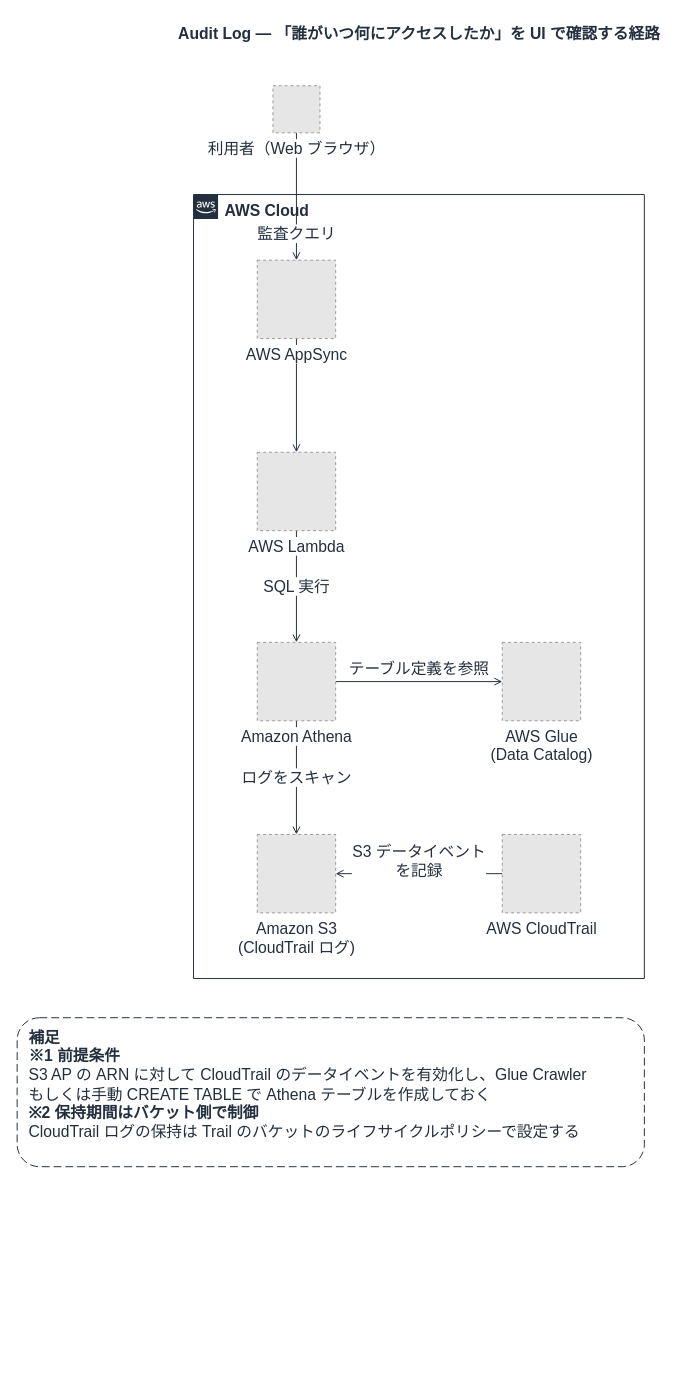
Yoshiki0705/FSx-for-ONTAP-S3AccessPoints-Serverless-Patterns keeps this draw.io diagram as docs/diagrams/part2-audit-log-pipeline.drawio. Above is the earlier version. Source tidied: cells renumbered, new cells numbered last; positions are measured from the earlier drawing's top-left corner, leaving out a move shared by most shapes. Both pictures are drawn from the tidied source at 98%, with x=0, y=0 at pixel (17, 17). Pictures stored in the file or linked from it are replaced by grey dashed boxes.
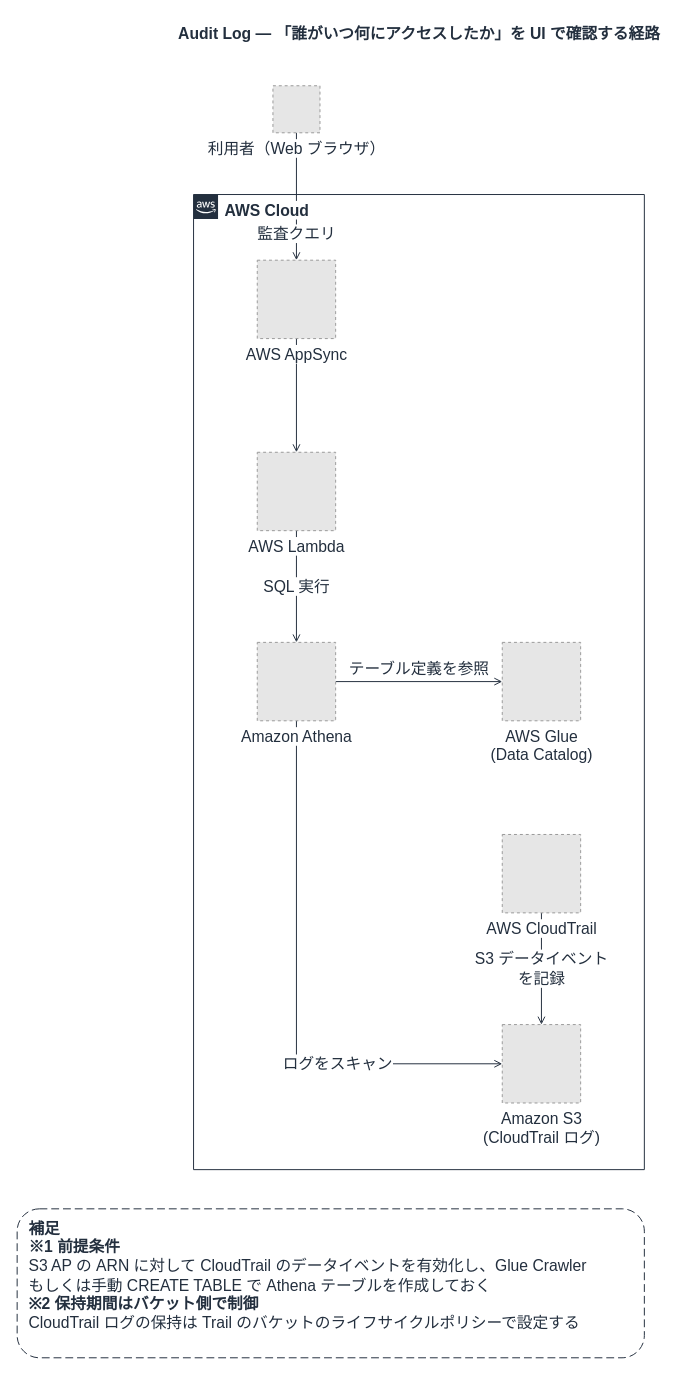
The same page after the edit.

Change to the diagram source:
```diff
@@
 <mxGraphModel background="#FFFFFF">
   <root>
     <mxCell id="0" />
     <mxCell id="1" parent="0" />
     <mxCell id="2" value="Audit Log — 「誰がいつ何にアクセスしたか」を UI で確認する経路" style="text;html=1;align=center;verticalAlign=middle;fontSize=16;fontStyle=1;fontColor=#232F3E;" parent="1" vertex="1">
       <mxGeometry x="180" width="460" height="34" as="geometry" />
     </mxCell>
-    <mxCell id="3" value="AWS Cloud" style="gradientColor=none;html=1;whiteSpace=wrap;fontSize=16;fontStyle=1;shape=mxgraph.aws4.group;grIcon=mxgraph.aws4.group_aws_cloud_alt;strokeColor=#232F3E;fillColor=none;verticalAlign=top;align=left;spacingLeft=30;fontColor=#232F3E;dashed=0;" parent="1" vertex="1">
-      <mxGeometry x="180" y="181" width="460" height="800" as="geometry" />
-    </mxCell>
     <mxCell id="4" value="監査クエリ" style="edgeStyle=orthogonalEdgeStyle;rounded=0;jettySize=auto;html=1;endArrow=open;endFill=0;strokeColor=#232F3E;strokeWidth=1;fontSize=16;fontColor=#232F3E;labelBackgroundColor=#ffffff;" parent="1" edge="1" source="10" target="11">
       <mxGeometry relative="1" as="geometry">
         <mxPoint y="38" as="offset" />
       </mxGeometry>
     </mxCell>
     <mxCell id="5" style="edgeStyle=orthogonalEdgeStyle;rounded=0;jettySize=auto;html=1;endArrow=open;endFill=0;strokeColor=#232F3E;strokeWidth=1;fontSize=16;fontColor=#232F3E;labelBackgroundColor=#ffffff;" parent="1" edge="1" source="11" target="12">
       <mxGeometry relative="1" as="geometry" />
     </mxCell>
     <mxCell id="6" value="SQL 実行" style="edgeStyle=orthogonalEdgeStyle;rounded=0;jettySize=auto;html=1;endArrow=open;endFill=0;strokeColor=#232F3E;strokeWidth=1;fontSize=16;fontColor=#232F3E;labelBackgroundColor=#ffffff;" parent="1" edge="1" source="12" target="13">
       <mxGeometry relative="1" as="geometry" />
     </mxCell>
     <mxCell id="7" value="テーブル定義を参照" style="edgeStyle=orthogonalEdgeStyle;rounded=0;jettySize=auto;html=1;endArrow=open;endFill=0;strokeColor=#232F3E;strokeWidth=1;fontSize=16;fontColor=#232F3E;labelBackgroundColor=#ffffff;" parent="1" edge="1" source="13" target="14">
       <mxGeometry relative="1" as="geometry">
         <mxPoint y="-13" as="offset" />
       </mxGeometry>
     </mxCell>
-    <mxCell id="8" value="ログをスキャン" style="edgeStyle=orthogonalEdgeStyle;rounded=0;jettySize=auto;html=1;endArrow=open;endFill=0;strokeColor=#232F3E;strokeWidth=1;fontSize=16;fontColor=#232F3E;labelBackgroundColor=#ffffff;" parent="1" edge="1" source="13" target="15">
-      <mxGeometry relative="1" as="geometry" />
+    <mxCell id="8" value="ログをスキャン" style="edgeStyle=orthogonalEdgeStyle;rounded=0;jettySize=auto;html=1;endArrow=open;endFill=0;strokeColor=#232F3E;strokeWidth=1;fontSize=16;fontColor=#232F3E;labelBackgroundColor=#ffffff;exitX=0.5;exitY=1;exitDx=0;exitDy=0;entryX=0;entryY=0.5;entryDx=0;entryDy=0;" parent="1" edge="1" source="13" target="15">
+      <mxGeometry x="0.4" relative="1" as="geometry" />
     </mxCell>
     <mxCell id="9" value="S3 データイベント&lt;br&gt;を記録" style="edgeStyle=orthogonalEdgeStyle;rounded=0;jettySize=auto;html=1;endArrow=open;endFill=0;strokeColor=#232F3E;strokeWidth=1;fontSize=16;fontColor=#232F3E;labelBackgroundColor=#ffffff;" parent="1" edge="1" source="16" target="15">
-      <mxGeometry relative="1" as="geometry">
-        <mxPoint y="-13" as="offset" />
-      </mxGeometry>
+      <mxGeometry relative="1" as="geometry" />
     </mxCell>
+    <mxCell id="3" value="AWS Cloud" style="gradientColor=none;html=1;whiteSpace=wrap;fontSize=16;fontStyle=1;shape=mxgraph.aws4.group;grIcon=mxgraph.aws4.group_aws_cloud_alt;strokeColor=#232F3E;fillColor=none;verticalAlign=top;align=left;spacingLeft=30;fontColor=#232F3E;dashed=0;labelBackgroundColor=#FFFFFF;" parent="1" vertex="1">
+      <mxGeometry x="180" y="181" width="460" height="995" as="geometry" />
+    </mxCell>
     <mxCell id="10" value="利用者（Web ブラウザ）" style="fillColor=#E6E6E6;strokeColor=#999999;dashed=1;html=1;verticalLabelPosition=bottom;verticalAlign=top;labelPosition=center;align=center;fontSize=16;fontColor=#232F3E;labelBackgroundColor=#FFFFFF;" parent="1" vertex="1">
       <mxGeometry x="261" y="70" width="48" height="48" as="geometry" />
     </mxCell>
     <mxCell id="11" value="AWS AppSync" style="fillColor=#E6E6E6;strokeColor=#999999;dashed=1;html=1;verticalLabelPosition=bottom;verticalAlign=top;labelPosition=center;align=center;fontSize=16;fontColor=#232F3E;labelBackgroundColor=#FFFFFF;" parent="1" vertex="1">
       <mxGeometry x="245" y="248" width="80" height="80" as="geometry" />
     </mxCell>
     <mxCell id="12" value="AWS Lambda" style="fillColor=#E6E6E6;strokeColor=#999999;dashed=1;html=1;verticalLabelPosition=bottom;verticalAlign=top;labelPosition=center;align=center;fontSize=16;fontColor=#232F3E;labelBackgroundColor=#FFFFFF;" parent="1" vertex="1">
       <mxGeometry x="245" y="444" width="80" height="80" as="geometry" />
     </mxCell>
     <mxCell id="13" value="Amazon Athena" style="fillColor=#E6E6E6;strokeColor=#999999;dashed=1;html=1;verticalLabelPosition=bottom;verticalAlign=top;labelPosition=center;align=center;fontSize=16;fontColor=#232F3E;labelBackgroundColor=#FFFFFF;" parent="1" vertex="1">
       <mxGeometry x="245" y="638" width="80" height="80" as="geometry" />
     </mxCell>
     <mxCell id="14" value="AWS Glue&lt;br&gt;(Data Catalog)" style="fillColor=#E6E6E6;strokeColor=#999999;dashed=1;html=1;verticalLabelPosition=bottom;verticalAlign=top;labelPosition=center;align=center;fontSize=16;fontColor=#232F3E;labelBackgroundColor=#FFFFFF;" parent="1" vertex="1">
       <mxGeometry x="495" y="638" width="80" height="80" as="geometry" />
     </mxCell>
+    <mxCell id="16" value="AWS CloudTrail" style="fillColor=#E6E6E6;strokeColor=#999999;dashed=1;html=1;verticalLabelPosition=bottom;verticalAlign=top;labelPosition=center;align=center;fontSize=16;fontColor=#232F3E;labelBackgroundColor=#FFFFFF;" parent="1" vertex="1">
+      <mxGeometry x="495" y="834" width="80" height="80" as="geometry" />
+    </mxCell>
     <mxCell id="15" value="Amazon S3&lt;br&gt;(CloudTrail ログ)" style="fillColor=#E6E6E6;strokeColor=#999999;dashed=1;html=1;verticalLabelPosition=bottom;verticalAlign=top;labelPosition=center;align=center;fontSize=16;fontColor=#232F3E;labelBackgroundColor=#FFFFFF;" parent="1" vertex="1">
-      <mxGeometry x="245" y="834" width="80" height="80" as="geometry" />
+      <mxGeometry x="495" y="1028" width="80" height="80" as="geometry" />
     </mxCell>
-    <mxCell id="16" value="AWS CloudTrail" style="fillColor=#E6E6E6;strokeColor=#999999;dashed=1;html=1;verticalLabelPosition=bottom;verticalAlign=top;labelPosition=center;align=center;fontSize=16;fontColor=#232F3E;labelBackgroundColor=#FFFFFF;" parent="1" vertex="1">
-      <mxGeometry x="495" y="834" width="80" height="80" as="geometry" />
-    </mxCell>
     <mxCell id="17" value="&lt;b&gt;補足&lt;/b&gt;&lt;br&gt;&lt;b&gt;※1 前提条件&lt;/b&gt;&lt;br&gt;S3 AP の ARN に対して CloudTrail のデータイベントを有効化し、Glue Crawler&lt;br&gt;もしくは手動 CREATE TABLE で Athena テーブルを作成しておく&lt;br&gt;&lt;b&gt;※2 保持期間はバケット側で制御&lt;/b&gt;&lt;br&gt;CloudTrail ログの保持は Trail のバケットのライフサイクルポリシーで設定する" style="rounded=1;whiteSpace=wrap;html=1;dashed=1;dashPattern=8 4;strokeColor=#232F3E;fillColor=#FFFFFF;align=left;verticalAlign=top;spacingLeft=10;spacingTop=4;fontSize=16;fontColor=#232F3E;" parent="1" vertex="1">
-      <mxGeometry y="1021" width="640" height="152" as="geometry" />
+      <mxGeometry y="1216" width="640" height="152" as="geometry" />
     </mxCell>
   </root>
 </mxGraphModel>
```
